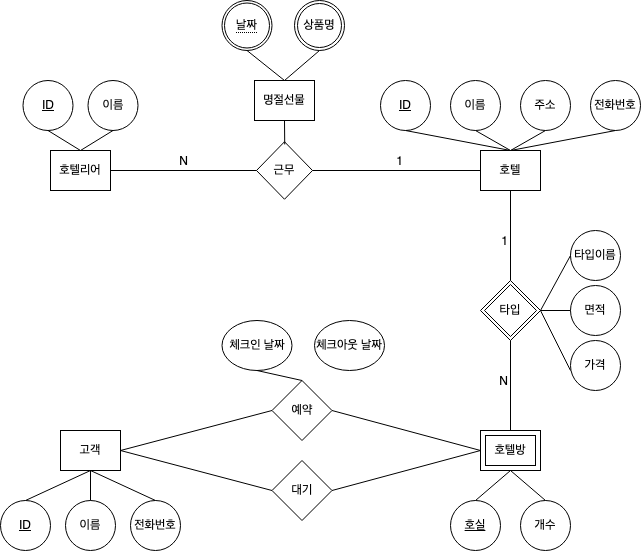
Above: 제목 없는 다이어그램.drawio.png in jh2ee/jh2ee (draw.io), before the change. Source tidied: cells renumbered, new cells last; positions are measured from the earlier drawing's top-left corner, leaving out a move shared by most shapes. The source it was exported from:
```xml
<mxGraphModel>
  <root>
    <mxCell id="0" />
    <mxCell id="1" parent="0" />
    <mxCell id="2" value="고객" style="rounded=0;whiteSpace=wrap;html=1;" parent="1" vertex="1">
      <mxGeometry x="60" y="430" width="60" height="40" as="geometry" />
    </mxCell>
    <mxCell id="3" value="호텔" style="rounded=0;whiteSpace=wrap;html=1;" parent="1" vertex="1">
      <mxGeometry x="480" y="150" width="60" height="40" as="geometry" />
    </mxCell>
    <mxCell id="4" value="호텔리어" style="rounded=0;whiteSpace=wrap;html=1;" parent="1" vertex="1">
      <mxGeometry x="50" y="150" width="60" height="40" as="geometry" />
    </mxCell>
    <mxCell id="5" value="&lt;u&gt;ID&lt;/u&gt;" style="ellipse;whiteSpace=wrap;html=1;" parent="1" vertex="1">
      <mxGeometry y="500" width="50" height="50" as="geometry" />
    </mxCell>
    <mxCell id="6" value="이름" style="ellipse;whiteSpace=wrap;html=1;" parent="1" vertex="1">
      <mxGeometry x="65" y="500" width="50" height="50" as="geometry" />
    </mxCell>
    <mxCell id="7" value="전화번호" style="ellipse;whiteSpace=wrap;html=1;" parent="1" vertex="1">
      <mxGeometry x="130" y="500" width="50" height="50" as="geometry" />
    </mxCell>
    <mxCell id="8" style="endArrow=none;html=1;rounded=0;entryX=0.5;entryY=0;entryDx=0;entryDy=0;exitX=0.5;exitY=1;exitDx=0;exitDy=0;" parent="1" edge="1" source="2" target="5">
      <mxGeometry relative="1" as="geometry" />
    </mxCell>
    <mxCell id="9" style="endArrow=none;html=1;rounded=0;" parent="1" edge="1" source="2">
      <mxGeometry relative="1" as="geometry">
        <mxPoint x="90" y="500" as="targetPoint" />
      </mxGeometry>
    </mxCell>
    <mxCell id="10" style="endArrow=none;html=1;rounded=0;entryX=0.5;entryY=0;entryDx=0;entryDy=0;" parent="1" edge="1" target="7">
      <mxGeometry relative="1" as="geometry">
        <mxPoint x="90" y="470" as="sourcePoint" />
      </mxGeometry>
    </mxCell>
    <mxCell id="11" value="&lt;u&gt;ID&lt;/u&gt;" style="ellipse;whiteSpace=wrap;html=1;" parent="1" vertex="1">
      <mxGeometry x="380" y="80" width="50" height="50" as="geometry" />
    </mxCell>
    <mxCell id="12" value="이름" style="ellipse;whiteSpace=wrap;html=1;" parent="1" vertex="1">
      <mxGeometry x="450" y="80" width="50" height="50" as="geometry" />
    </mxCell>
    <mxCell id="13" value="전화번호" style="ellipse;whiteSpace=wrap;html=1;" parent="1" vertex="1">
      <mxGeometry x="590" y="80" width="50" height="50" as="geometry" />
    </mxCell>
    <mxCell id="14" value="주소" style="ellipse;whiteSpace=wrap;html=1;" parent="1" vertex="1">
      <mxGeometry x="520" y="80" width="50" height="50" as="geometry" />
    </mxCell>
    <mxCell id="15" style="endArrow=none;html=1;rounded=0;entryX=0.5;entryY=1;entryDx=0;entryDy=0;exitX=0.5;exitY=0;exitDx=0;exitDy=0;" parent="1" edge="1" source="3" target="11">
      <mxGeometry relative="1" as="geometry" />
    </mxCell>
    <mxCell id="16" style="endArrow=none;html=1;rounded=0;entryX=0.5;entryY=1;entryDx=0;entryDy=0;" parent="1" edge="1" target="12">
      <mxGeometry relative="1" as="geometry">
        <mxPoint x="510" y="150" as="sourcePoint" />
      </mxGeometry>
    </mxCell>
    <mxCell id="17" style="endArrow=none;html=1;rounded=0;entryX=0.5;entryY=1;entryDx=0;entryDy=0;" parent="1" edge="1" target="14">
      <mxGeometry relative="1" as="geometry">
        <mxPoint x="510" y="150" as="sourcePoint" />
      </mxGeometry>
    </mxCell>
    <mxCell id="18" style="endArrow=none;html=1;rounded=0;entryX=0.5;entryY=1;entryDx=0;entryDy=0;exitX=0.5;exitY=0;exitDx=0;exitDy=0;" parent="1" edge="1" source="3" target="13">
      <mxGeometry relative="1" as="geometry" />
    </mxCell>
    <mxCell id="19" value="타입" style="shape=rhombus;double=1;perimeter=rhombusPerimeter;whiteSpace=wrap;html=1;align=center;" parent="1" vertex="1">
      <mxGeometry x="480" y="280" width="60" height="60" as="geometry" />
    </mxCell>
    <mxCell id="20" value="호텔방" style="shape=ext;margin=3;double=1;whiteSpace=wrap;html=1;align=center;" parent="1" vertex="1">
      <mxGeometry x="480" y="430" width="60" height="40" as="geometry" />
    </mxCell>
    <mxCell id="21" value="&lt;u&gt;ID&lt;/u&gt;" style="ellipse;whiteSpace=wrap;html=1;" parent="1" vertex="1">
      <mxGeometry x="22.5" y="80" width="50" height="50" as="geometry" />
    </mxCell>
    <mxCell id="22" value="이름" style="ellipse;whiteSpace=wrap;html=1;" parent="1" vertex="1">
      <mxGeometry x="87.5" y="80" width="50" height="50" as="geometry" />
    </mxCell>
    <mxCell id="23" style="endArrow=none;html=1;rounded=0;exitX=0.5;exitY=1;exitDx=0;exitDy=0;entryX=0.5;entryY=0;entryDx=0;entryDy=0;" parent="1" edge="1" source="21" target="4">
      <mxGeometry relative="1" as="geometry" />
    </mxCell>
    <mxCell id="24" style="endArrow=none;html=1;rounded=0;exitX=0.5;exitY=1;exitDx=0;exitDy=0;entryX=0.5;entryY=0;entryDx=0;entryDy=0;" parent="1" edge="1" source="22" target="4">
      <mxGeometry relative="1" as="geometry" />
    </mxCell>
    <mxCell id="25" value="근무" style="shape=rhombus;perimeter=rhombusPerimeter;whiteSpace=wrap;html=1;align=center;" parent="1" vertex="1">
      <mxGeometry x="256" y="141.2" width="56" height="57.5" as="geometry" />
    </mxCell>
    <mxCell id="26" value="명절선물" style="whiteSpace=wrap;html=1;align=center;" parent="1" vertex="1">
      <mxGeometry x="254" y="80" width="60" height="40" as="geometry" />
    </mxCell>
    <mxCell id="27" style="endArrow=none;html=1;rounded=0;entryX=0.5;entryY=1;entryDx=0;entryDy=0;exitX=0.504;exitY=0.047;exitDx=0;exitDy=0;exitPerimeter=0;" parent="1" edge="1" source="25" target="26">
      <mxGeometry relative="1" as="geometry" />
    </mxCell>
    <mxCell id="28" value="상품명" style="ellipse;shape=doubleEllipse;margin=3;whiteSpace=wrap;html=1;align=center;" parent="1" vertex="1">
      <mxGeometry x="294" width="50" height="50" as="geometry" />
    </mxCell>
    <mxCell id="29" style="endArrow=none;html=1;rounded=0;exitX=0.5;exitY=0;exitDx=0;exitDy=0;entryX=0.5;entryY=1;entryDx=0;entryDy=0;" parent="1" edge="1" source="26" target="28">
      <mxGeometry relative="1" as="geometry" />
    </mxCell>
    <mxCell id="30" style="endArrow=none;html=1;rounded=0;entryX=0.5;entryY=0;entryDx=0;entryDy=0;exitX=0.5;exitY=1;exitDx=0;exitDy=0;" parent="1" edge="1" source="31" target="26">
      <mxGeometry relative="1" as="geometry" />
    </mxCell>
    <mxCell id="31" style="ellipse;whiteSpace=wrap;html=1;fillStyle=auto;" parent="1" vertex="1">
      <mxGeometry x="221.5" width="50" height="50" as="geometry" />
    </mxCell>
    <mxCell id="32" value="&lt;span style=&quot;border-bottom: 1px dotted&quot;&gt;날짜&lt;br&gt;&lt;/span&gt;" style="ellipse;whiteSpace=wrap;html=1;align=center;" parent="1" vertex="1">
      <mxGeometry x="224" y="2.5" width="45" height="45" as="geometry" />
    </mxCell>
    <mxCell id="33" style="endArrow=none;html=1;rounded=0;exitX=1;exitY=0.5;exitDx=0;exitDy=0;entryX=0;entryY=0.5;entryDx=0;entryDy=0;align=center;labelPosition=center;verticalLabelPosition=middle;verticalAlign=middle;" parent="1" edge="1" source="25" target="3">
      <mxGeometry relative="1" as="geometry" />
    </mxCell>
    <mxCell id="34" value="1" style="html=1;whiteSpace=wrap;align=right;verticalAlign=bottom;" parent="33" vertex="1">
      <mxGeometry x="1" relative="1" as="geometry">
        <mxPoint x="-75" as="offset" />
      </mxGeometry>
    </mxCell>
    <mxCell id="35" style="endArrow=none;html=1;rounded=0;exitX=1;exitY=0.5;exitDx=0;exitDy=0;entryX=0;entryY=0.5;entryDx=0;entryDy=0;" parent="1" edge="1" source="4" target="25">
      <mxGeometry relative="1" as="geometry" />
    </mxCell>
    <mxCell id="36" value="N" style="html=1;whiteSpace=wrap;align=right;verticalAlign=bottom;" parent="35" vertex="1">
      <mxGeometry x="1" relative="1" as="geometry">
        <mxPoint x="-66" as="offset" />
      </mxGeometry>
    </mxCell>
    <mxCell id="37" style="endArrow=none;html=1;rounded=0;entryX=0.5;entryY=1;entryDx=0;entryDy=0;" parent="1" edge="1" source="19" target="3">
      <mxGeometry relative="1" as="geometry" />
    </mxCell>
    <mxCell id="38" value="1" style="html=1;whiteSpace=wrap;align=right;verticalAlign=bottom;" parent="37" vertex="1">
      <mxGeometry x="1" relative="1" as="geometry">
        <mxPoint y="60" as="offset" />
      </mxGeometry>
    </mxCell>
    <mxCell id="39" style="endArrow=none;html=1;rounded=0;entryX=0.5;entryY=1;entryDx=0;entryDy=0;exitX=0.5;exitY=0;exitDx=0;exitDy=0;" parent="1" edge="1" source="20" target="19">
      <mxGeometry relative="1" as="geometry" />
    </mxCell>
    <mxCell id="40" value="N" style="html=1;whiteSpace=wrap;align=right;verticalAlign=bottom;" parent="39" vertex="1">
      <mxGeometry x="1" relative="1" as="geometry">
        <mxPoint y="50" as="offset" />
      </mxGeometry>
    </mxCell>
    <mxCell id="41" value="예약" style="shape=rhombus;perimeter=rhombusPerimeter;whiteSpace=wrap;html=1;align=center;" parent="1" vertex="1">
      <mxGeometry x="271.5" y="380" width="60" height="60" as="geometry" />
    </mxCell>
    <mxCell id="42" value="대기" style="shape=rhombus;perimeter=rhombusPerimeter;whiteSpace=wrap;html=1;align=center;" parent="1" vertex="1">
      <mxGeometry x="271.5" y="460" width="60" height="60" as="geometry" />
    </mxCell>
    <mxCell id="43" style="endArrow=none;html=1;rounded=0;exitX=1;exitY=0.5;exitDx=0;exitDy=0;entryX=0;entryY=0.5;entryDx=0;entryDy=0;" parent="1" edge="1" source="2" target="41">
      <mxGeometry relative="1" as="geometry" />
    </mxCell>
    <mxCell id="44" style="endArrow=none;html=1;rounded=0;exitX=1;exitY=0.5;exitDx=0;exitDy=0;entryX=0;entryY=0.5;entryDx=0;entryDy=0;" parent="1" edge="1" source="41" target="20">
      <mxGeometry relative="1" as="geometry" />
    </mxCell>
    <mxCell id="45" style="endArrow=none;html=1;rounded=0;exitX=1;exitY=0.5;exitDx=0;exitDy=0;entryX=0;entryY=0.5;entryDx=0;entryDy=0;" parent="1" edge="1" source="2" target="42">
      <mxGeometry relative="1" as="geometry" />
    </mxCell>
    <mxCell id="46" style="endArrow=none;html=1;rounded=0;exitX=1;exitY=0.5;exitDx=0;exitDy=0;entryX=0;entryY=0.5;entryDx=0;entryDy=0;" parent="1" edge="1" source="42" target="20">
      <mxGeometry relative="1" as="geometry" />
    </mxCell>
    <mxCell id="47" value="호실" style="ellipse;whiteSpace=wrap;html=1;align=center;fontStyle=4;" parent="1" vertex="1">
      <mxGeometry x="450" y="500" width="50" height="50" as="geometry" />
    </mxCell>
    <mxCell id="48" style="endArrow=none;html=1;rounded=0;entryX=0.5;entryY=1;entryDx=0;entryDy=0;exitX=0.5;exitY=0;exitDx=0;exitDy=0;" parent="1" edge="1" source="47" target="20">
      <mxGeometry relative="1" as="geometry" />
    </mxCell>
    <mxCell id="49" value="개수" style="ellipse;whiteSpace=wrap;html=1;align=center;" parent="1" vertex="1">
      <mxGeometry x="520" y="500" width="50" height="50" as="geometry" />
    </mxCell>
    <mxCell id="50" style="endArrow=none;html=1;rounded=0;exitX=0.5;exitY=0;exitDx=0;exitDy=0;" parent="1" edge="1" source="49">
      <mxGeometry relative="1" as="geometry">
        <mxPoint x="510" y="470" as="targetPoint" />
      </mxGeometry>
    </mxCell>
    <mxCell id="51" value="타입이름" style="ellipse;whiteSpace=wrap;html=1;align=center;" parent="1" vertex="1">
      <mxGeometry x="570" y="230" width="50" height="50" as="geometry" />
    </mxCell>
    <mxCell id="52" value="면적" style="ellipse;whiteSpace=wrap;html=1;align=center;" parent="1" vertex="1">
      <mxGeometry x="570" y="285" width="50" height="50" as="geometry" />
    </mxCell>
    <mxCell id="53" value="가격" style="ellipse;whiteSpace=wrap;html=1;align=center;" parent="1" vertex="1">
      <mxGeometry x="570" y="340" width="50" height="50" as="geometry" />
    </mxCell>
    <mxCell id="54" style="endArrow=none;html=1;rounded=0;entryX=1;entryY=0.5;entryDx=0;entryDy=0;exitX=0;exitY=0.5;exitDx=0;exitDy=0;" parent="1" edge="1" source="51" target="19">
      <mxGeometry relative="1" as="geometry" />
    </mxCell>
    <mxCell id="55" style="endArrow=none;html=1;rounded=0;entryX=1;entryY=0.5;entryDx=0;entryDy=0;exitX=0;exitY=0.5;exitDx=0;exitDy=0;" parent="1" edge="1" source="52" target="19">
      <mxGeometry relative="1" as="geometry" />
    </mxCell>
    <mxCell id="56" style="endArrow=none;html=1;rounded=0;entryX=0;entryY=0.6;entryDx=0;entryDy=0;entryPerimeter=0;exitX=1;exitY=0.5;exitDx=0;exitDy=0;" parent="1" edge="1" source="19" target="53">
      <mxGeometry relative="1" as="geometry" />
    </mxCell>
    <mxCell id="57" value="체크인 날짜" style="ellipse;whiteSpace=wrap;html=1;align=center;" parent="1" vertex="1">
      <mxGeometry x="221.5" y="320" width="70" height="50" as="geometry" />
    </mxCell>
    <mxCell id="58" value="체크아웃 날짜" style="ellipse;whiteSpace=wrap;html=1;align=center;" parent="1" vertex="1">
      <mxGeometry x="314" y="320" width="70" height="50" as="geometry" />
    </mxCell>
    <mxCell id="59" style="endArrow=none;html=1;rounded=0;entryX=0.5;entryY=1;entryDx=0;entryDy=0;exitX=0.5;exitY=0;exitDx=0;exitDy=0;" parent="1" edge="1" source="41" target="57">
      <mxGeometry relative="1" as="geometry" />
    </mxCell>
  </root>
</mxGraphModel>
```
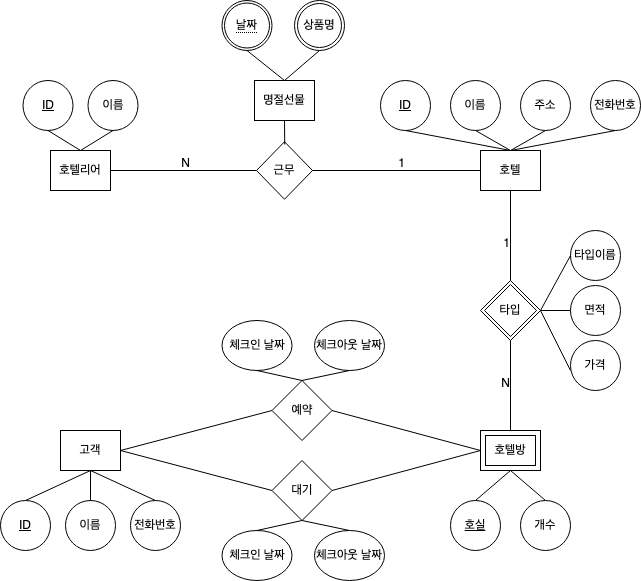
After the commit.

Commit message:
제목 없는 다이어그램.drawio.png 업데이트

Change to the diagram source:
```diff
@@ -194,5 +194,20 @@
     <mxCell id="59" style="endArrow=none;html=1;rounded=0;entryX=0.5;entryY=1;entryDx=0;entryDy=0;exitX=0.5;exitY=0;exitDx=0;exitDy=0;" parent="1" edge="1" source="41" target="57">
       <mxGeometry relative="1" as="geometry" />
     </mxCell>
+    <mxCell id="60" style="endArrow=none;html=1;rounded=0;entryX=0.5;entryY=1;entryDx=0;entryDy=0;exitX=0.5;exitY=0;exitDx=0;exitDy=0;" parent="1" edge="1" source="41" target="58">
+      <mxGeometry relative="1" as="geometry" />
+    </mxCell>
+    <mxCell id="61" value="체크인 날짜" style="ellipse;whiteSpace=wrap;html=1;align=center;" parent="1" vertex="1">
+      <mxGeometry x="221.5" y="530" width="70" height="50" as="geometry" />
+    </mxCell>
+    <mxCell id="62" value="체크아웃 날짜" style="ellipse;whiteSpace=wrap;html=1;align=center;" parent="1" vertex="1">
+      <mxGeometry x="314" y="530" width="70" height="50" as="geometry" />
+    </mxCell>
+    <mxCell id="63" style="endArrow=none;html=1;rounded=0;entryX=0.5;entryY=0;entryDx=0;entryDy=0;exitX=0.5;exitY=1;exitDx=0;exitDy=0;" parent="1" edge="1" source="42" target="61">
+      <mxGeometry relative="1" as="geometry" />
+    </mxCell>
+    <mxCell id="64" style="endArrow=none;html=1;rounded=0;entryX=0.5;entryY=0;entryDx=0;entryDy=0;exitX=0.5;exitY=1;exitDx=0;exitDy=0;" parent="1" edge="1" source="42" target="62">
+      <mxGeometry relative="1" as="geometry" />
+    </mxCell>
   </root>
 </mxGraphModel>
```
